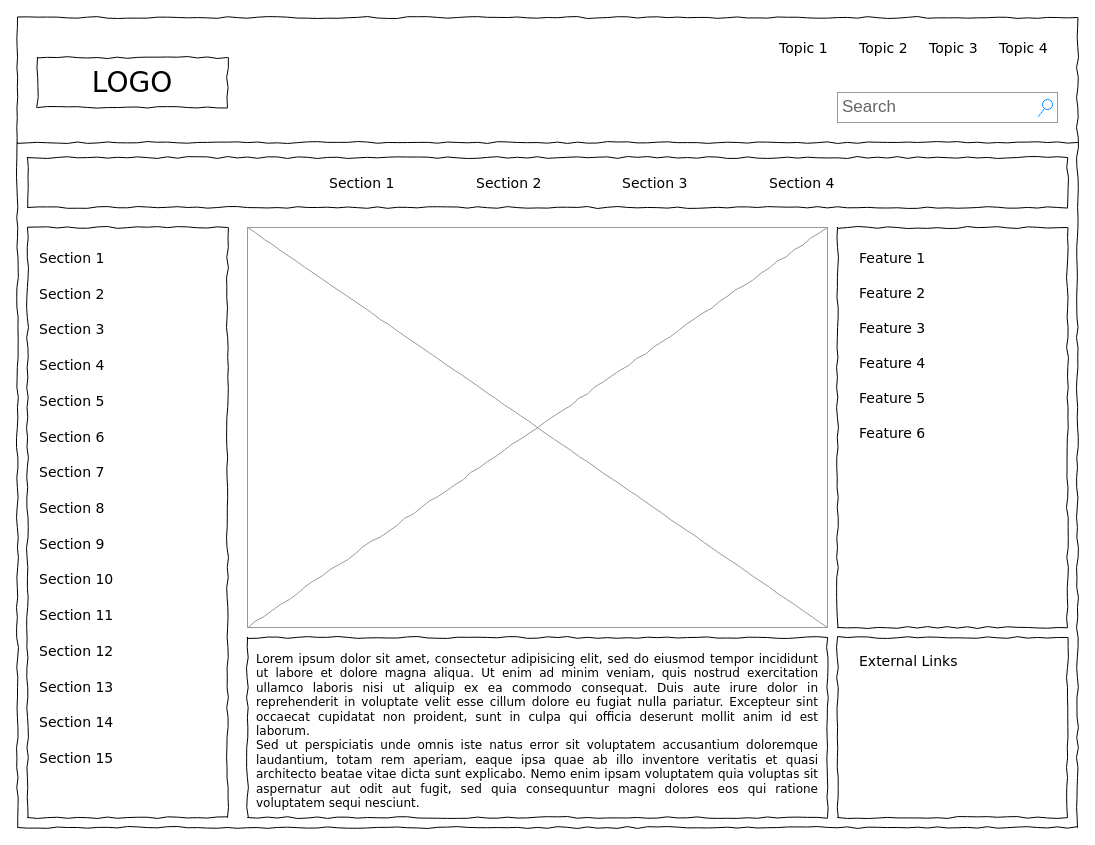
Above: Untitled Diagram.drawio in john88kramer/tester (draw.io), before the change. Source tidied: cells renumbered, new cells numbered last; positions are measured from the earlier drawing's top-left corner, leaving out a move shared by most shapes. Both pictures are drawn from the tidied source at 100%, with x=0, y=0 at pixel (17, 17).
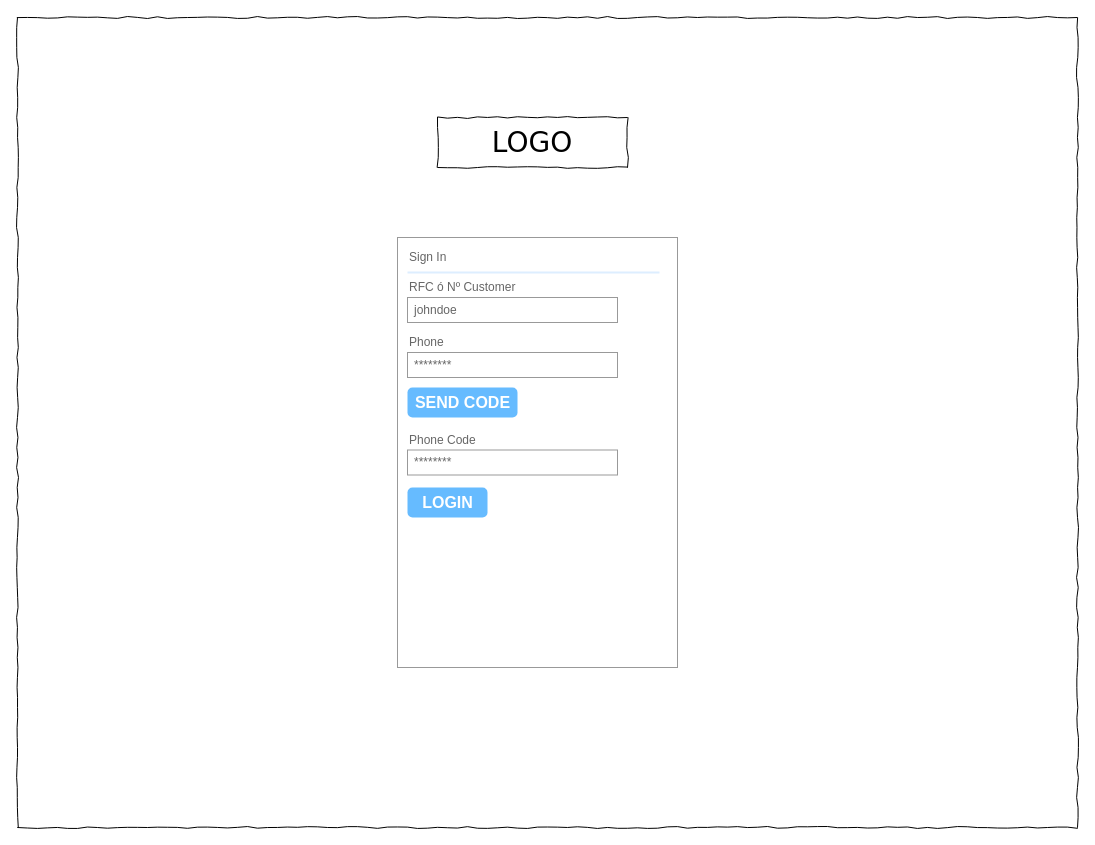
Above is the later version.

What changed in the source:
```diff
@@
     <mxCell id="3" value="LOGO" style="whiteSpace=wrap;html=1;rounded=0;shadow=0;labelBackgroundColor=none;strokeWidth=1;fontFamily=Verdana;fontSize=28;align=center;comic=1;" parent="1" vertex="1">
-      <mxGeometry x="20" y="40" width="190" height="50" as="geometry" />
+      <mxGeometry x="420" y="100" width="190" height="50" as="geometry" />
     </mxCell>
-    <mxCell id="4" value="Search" style="strokeWidth=1;shadow=0;dashed=0;align=center;html=1;shape=mxgraph.mockup.forms.searchBox;strokeColor=#999999;mainText=;strokeColor2=#008cff;fontColor=#666666;fontSize=17;align=left;spacingLeft=3;rounded=0;labelBackgroundColor=none;comic=1;" parent="1" vertex="1">
-      <mxGeometry x="820" y="75" width="220" height="30" as="geometry" />
-    </mxCell>
-    <mxCell id="5" value="Topic 1" style="text;html=1;align=left;verticalAlign=top;spacingTop=-4;fontSize=14;fontFamily=Verdana;" parent="1" vertex="1">
-      <mxGeometry x="760" y="20" width="60" height="20" as="geometry" />
-    </mxCell>
-    <mxCell id="6" value="Topic 2" style="text;html=1;align=left;verticalAlign=top;spacingTop=-4;fontSize=14;fontFamily=Verdana;" parent="1" vertex="1">
-      <mxGeometry x="840" y="20" width="60" height="20" as="geometry" />
-    </mxCell>
-    <mxCell id="7" value="Topic 3" style="text;html=1;align=left;verticalAlign=top;spacingTop=-4;fontSize=14;fontFamily=Verdana;" parent="1" vertex="1">
-      <mxGeometry x="910" y="20" width="60" height="20" as="geometry" />
-    </mxCell>
-    <mxCell id="8" value="Topic 4" style="text;html=1;align=left;verticalAlign=top;spacingTop=-4;fontSize=14;fontFamily=Verdana;" parent="1" vertex="1">
-      <mxGeometry x="980" y="20" width="60" height="20" as="geometry" />
-    </mxCell>
-    <mxCell id="9" style="whiteSpace=wrap;html=1;rounded=0;shadow=0;labelBackgroundColor=none;strokeWidth=1;fillColor=none;fontFamily=Verdana;fontSize=12;align=center;comic=1;" parent="1" vertex="1">
-      <mxGeometry x="10" y="210" width="200" height="590" as="geometry" />
-    </mxCell>
-    <mxCell id="10" style="line;strokeWidth=1;html=1;rounded=0;shadow=0;labelBackgroundColor=none;fillColor=none;fontFamily=Verdana;fontSize=14;fontColor=#000000;align=center;comic=1;" parent="1" vertex="1">
-      <mxGeometry y="120" width="1060" height="10" as="geometry" />
-    </mxCell>
-    <mxCell id="11" style="whiteSpace=wrap;html=1;rounded=0;shadow=0;labelBackgroundColor=none;strokeWidth=1;fillColor=none;fontFamily=Verdana;fontSize=12;align=center;comic=1;" parent="1" vertex="1">
-      <mxGeometry x="10" y="140" width="1040" height="50" as="geometry" />
-    </mxCell>
-    <mxCell id="12" value="Section 1" style="text;html=1;align=left;verticalAlign=top;spacingTop=-4;fontSize=14;fontFamily=Verdana;" parent="1" vertex="1">
-      <mxGeometry x="310" y="155" width="60" height="20" as="geometry" />
-    </mxCell>
-    <mxCell id="13" value="Section 2" style="text;html=1;align=left;verticalAlign=top;spacingTop=-4;fontSize=14;fontFamily=Verdana;" parent="1" vertex="1">
-      <mxGeometry x="457" y="155" width="60" height="20" as="geometry" />
-    </mxCell>
-    <mxCell id="14" value="Section 3" style="text;html=1;align=left;verticalAlign=top;spacingTop=-4;fontSize=14;fontFamily=Verdana;" parent="1" vertex="1">
-      <mxGeometry x="603" y="155" width="60" height="20" as="geometry" />
-    </mxCell>
-    <mxCell id="15" value="Section 4" style="text;html=1;align=left;verticalAlign=top;spacingTop=-4;fontSize=14;fontFamily=Verdana;" parent="1" vertex="1">
-      <mxGeometry x="750" y="155" width="60" height="20" as="geometry" />
-    </mxCell>
-    <mxCell id="16" value="&lt;div style=&quot;text-align: justify&quot;&gt;&lt;span&gt;Lorem ipsum dolor sit amet, consectetur adipisicing elit, sed do eiusmod tempor incididunt ut labore et dolore magna aliqua. Ut enim ad minim veniam, quis nostrud exercitation ullamco laboris nisi ut aliquip ex ea commodo consequat. Duis aute irure dolor in reprehenderit in voluptate velit esse cillum dolore eu fugiat nulla pariatur. Excepteur sint occaecat cupidatat non proident, sunt in culpa qui officia deserunt mollit anim id est laborum.&lt;/span&gt;&lt;/div&gt;&lt;div style=&quot;text-align: justify&quot;&gt;&lt;span&gt;Sed ut perspiciatis unde omnis iste natus error sit voluptatem accusantium doloremque laudantium, totam rem aperiam, eaque ipsa quae ab illo inventore veritatis et quasi architecto beatae vitae dicta sunt explicabo. Nemo enim ipsam voluptatem quia voluptas sit aspernatur aut odit aut fugit, sed quia consequuntur magni dolores eos qui ratione voluptatem sequi nesciunt.&amp;nbsp;&lt;/span&gt;&lt;/div&gt;" style="whiteSpace=wrap;html=1;rounded=0;shadow=0;labelBackgroundColor=none;strokeWidth=1;fillColor=none;fontFamily=Verdana;fontSize=12;align=center;verticalAlign=top;spacing=10;comic=1;" parent="1" vertex="1">
-      <mxGeometry x="230" y="620" width="580" height="180" as="geometry" />
-    </mxCell>
-    <mxCell id="17" style="verticalLabelPosition=bottom;shadow=0;dashed=0;align=center;html=1;verticalAlign=top;strokeWidth=1;shape=mxgraph.mockup.graphics.simpleIcon;strokeColor=#999999;rounded=0;labelBackgroundColor=none;fontFamily=Verdana;fontSize=14;fontColor=#000000;comic=1;" parent="1" vertex="1">
-      <mxGeometry x="230" y="210" width="580" height="400" as="geometry" />
-    </mxCell>
-    <mxCell id="18" style="whiteSpace=wrap;html=1;rounded=0;shadow=0;labelBackgroundColor=none;strokeWidth=1;fillColor=none;fontFamily=Verdana;fontSize=12;align=center;comic=1;" parent="1" vertex="1">
-      <mxGeometry x="820" y="210" width="230" height="400" as="geometry" />
-    </mxCell>
-    <mxCell id="19" style="whiteSpace=wrap;html=1;rounded=0;shadow=0;labelBackgroundColor=none;strokeWidth=1;fillColor=none;fontFamily=Verdana;fontSize=12;align=center;comic=1;" parent="1" vertex="1">
-      <mxGeometry x="820" y="620" width="230" height="180" as="geometry" />
-    </mxCell>
-    <mxCell id="20" value="Section 1" style="text;html=1;align=left;verticalAlign=top;spacingTop=-4;fontSize=14;fontFamily=Verdana;" parent="1" vertex="1">
+    <mxCell id="20" style="text;html=1;align=left;verticalAlign=top;spacingTop=-4;fontSize=14;fontFamily=Verdana;" parent="1" vertex="1">
       <mxGeometry x="20" y="230" width="170" height="20" as="geometry" />
     </mxCell>
-    <mxCell id="21" value="Section 2" style="text;html=1;align=left;verticalAlign=top;spacingTop=-4;fontSize=14;fontFamily=Verdana;" parent="1" vertex="1">
-      <mxGeometry x="20" y="266" width="170" height="20" as="geometry" />
-    </mxCell>
-    <mxCell id="22" value="Section 3" style="text;html=1;align=left;verticalAlign=top;spacingTop=-4;fontSize=14;fontFamily=Verdana;" parent="1" vertex="1">
-      <mxGeometry x="20" y="301" width="170" height="20" as="geometry" />
-    </mxCell>
-    <mxCell id="23" value="Section 4" style="text;html=1;align=left;verticalAlign=top;spacingTop=-4;fontSize=14;fontFamily=Verdana;" parent="1" vertex="1">
-      <mxGeometry x="20" y="337" width="170" height="20" as="geometry" />
-    </mxCell>
-    <mxCell id="24" value="Section 7" style="text;html=1;align=left;verticalAlign=top;spacingTop=-4;fontSize=14;fontFamily=Verdana;" parent="1" vertex="1">
-      <mxGeometry x="20" y="444" width="170" height="20" as="geometry" />
-    </mxCell>
-    <mxCell id="25" value="Section 8" style="text;html=1;align=left;verticalAlign=top;spacingTop=-4;fontSize=14;fontFamily=Verdana;" parent="1" vertex="1">
-      <mxGeometry x="20" y="480" width="170" height="20" as="geometry" />
-    </mxCell>
-    <mxCell id="26" value="Section 9" style="text;html=1;align=left;verticalAlign=top;spacingTop=-4;fontSize=14;fontFamily=Verdana;" parent="1" vertex="1">
-      <mxGeometry x="20" y="516" width="170" height="20" as="geometry" />
-    </mxCell>
-    <mxCell id="27" value="Section 10" style="text;html=1;align=left;verticalAlign=top;spacingTop=-4;fontSize=14;fontFamily=Verdana;" parent="1" vertex="1">
-      <mxGeometry x="20" y="551" width="170" height="20" as="geometry" />
-    </mxCell>
-    <mxCell id="28" value="Section 11" style="text;html=1;align=left;verticalAlign=top;spacingTop=-4;fontSize=14;fontFamily=Verdana;" parent="1" vertex="1">
+    <mxCell id="28" style="text;html=1;align=left;verticalAlign=top;spacingTop=-4;fontSize=14;fontFamily=Verdana;" parent="1" vertex="1">
       <mxGeometry x="20" y="587" width="170" height="20" as="geometry" />
     </mxCell>
-    <mxCell id="29" value="Section 12" style="text;html=1;align=left;verticalAlign=top;spacingTop=-4;fontSize=14;fontFamily=Verdana;" parent="1" vertex="1">
+    <mxCell id="29" style="text;html=1;align=left;verticalAlign=top;spacingTop=-4;fontSize=14;fontFamily=Verdana;" parent="1" vertex="1">
       <mxGeometry x="20" y="623" width="170" height="20" as="geometry" />
     </mxCell>
-    <mxCell id="30" value="Section 13" style="text;html=1;align=left;verticalAlign=top;spacingTop=-4;fontSize=14;fontFamily=Verdana;" parent="1" vertex="1">
+    <mxCell id="30" style="text;html=1;align=left;verticalAlign=top;spacingTop=-4;fontSize=14;fontFamily=Verdana;" parent="1" vertex="1">
       <mxGeometry x="20" y="659" width="170" height="20" as="geometry" />
     </mxCell>
-    <mxCell id="31" value="Section 14" style="text;html=1;align=left;verticalAlign=top;spacingTop=-4;fontSize=14;fontFamily=Verdana;" parent="1" vertex="1">
+    <mxCell id="31" style="text;html=1;align=left;verticalAlign=top;spacingTop=-4;fontSize=14;fontFamily=Verdana;" parent="1" vertex="1">
       <mxGeometry x="20" y="694" width="170" height="20" as="geometry" />
     </mxCell>
-    <mxCell id="32" value="Section 5" style="text;html=1;align=left;verticalAlign=top;spacingTop=-4;fontSize=14;fontFamily=Verdana;" parent="1" vertex="1">
-      <mxGeometry x="20" y="373" width="170" height="20" as="geometry" />
-    </mxCell>
-    <mxCell id="33" value="Section 6" style="text;html=1;align=left;verticalAlign=top;spacingTop=-4;fontSize=14;fontFamily=Verdana;" parent="1" vertex="1">
-      <mxGeometry x="20" y="409" width="170" height="20" as="geometry" />
-    </mxCell>
-    <mxCell id="34" value="Section 15" style="text;html=1;align=left;verticalAlign=top;spacingTop=-4;fontSize=14;fontFamily=Verdana;" parent="1" vertex="1">
+    <mxCell id="34" style="text;html=1;align=left;verticalAlign=top;spacingTop=-4;fontSize=14;fontFamily=Verdana;" parent="1" vertex="1">
       <mxGeometry x="20" y="730" width="170" height="20" as="geometry" />
     </mxCell>
-    <mxCell id="35" value="External Links" style="text;html=1;align=left;verticalAlign=top;spacingTop=-4;fontSize=14;fontFamily=Verdana;" parent="1" vertex="1">
-      <mxGeometry x="840" y="633" width="170" height="20" as="geometry" />
-    </mxCell>
-    <mxCell id="36" value="Feature 1" style="text;html=1;align=left;verticalAlign=top;spacingTop=-4;fontSize=14;fontFamily=Verdana;" parent="1" vertex="1">
-      <mxGeometry x="840" y="230" width="170" height="20" as="geometry" />
-    </mxCell>
-    <mxCell id="37" value="Feature 2" style="text;html=1;align=left;verticalAlign=top;spacingTop=-4;fontSize=14;fontFamily=Verdana;" parent="1" vertex="1">
-      <mxGeometry x="840" y="265" width="170" height="20" as="geometry" />
-    </mxCell>
-    <mxCell id="38" value="Feature 3" style="text;html=1;align=left;verticalAlign=top;spacingTop=-4;fontSize=14;fontFamily=Verdana;" parent="1" vertex="1">
-      <mxGeometry x="840" y="300" width="170" height="20" as="geometry" />
-    </mxCell>
-    <mxCell id="39" value="Feature 4" style="text;html=1;align=left;verticalAlign=top;spacingTop=-4;fontSize=14;fontFamily=Verdana;" parent="1" vertex="1">
-      <mxGeometry x="840" y="335" width="170" height="20" as="geometry" />
-    </mxCell>
-    <mxCell id="40" value="Feature 5" style="text;html=1;align=left;verticalAlign=top;spacingTop=-4;fontSize=14;fontFamily=Verdana;" parent="1" vertex="1">
-      <mxGeometry x="840" y="370" width="170" height="20" as="geometry" />
-    </mxCell>
-    <mxCell id="41" value="Feature 6" style="text;html=1;align=left;verticalAlign=top;spacingTop=-4;fontSize=14;fontFamily=Verdana;" parent="1" vertex="1">
-      <mxGeometry x="840" y="405" width="170" height="20" as="geometry" />
-    </mxCell>
+    <mxCell id="42" style="strokeWidth=1;shadow=0;dashed=0;align=center;html=1;shape=mxgraph.mockup.forms.rrect;rSize=0;strokeColor=#999999;fillColor=#ffffff;" parent="1" vertex="1">
+      <mxGeometry x="380" y="220" width="280" height="430" as="geometry" />
+    </mxCell>
+    <mxCell id="43" value="Sign In" style="strokeWidth=1;shadow=0;dashed=0;align=center;html=1;shape=mxgraph.mockup.forms.anchor;fontSize=12;fontColor=#666666;align=left;spacingLeft=0;" parent="42" vertex="1">
+      <mxGeometry width="140" height="20" relative="1" as="geometry">
+        <mxPoint x="10" y="10" as="offset" />
+      </mxGeometry>
+    </mxCell>
+    <mxCell id="44" style="shape=line;strokeColor=#ddeeff;strokeWidth=2;html=1;" parent="42" vertex="1">
+      <mxGeometry width="252" height="10" relative="1" as="geometry">
+        <mxPoint x="10" y="30" as="offset" />
+      </mxGeometry>
+    </mxCell>
+    <mxCell id="45" value="RFC ó Nº Customer" style="strokeWidth=1;shadow=0;dashed=0;align=center;html=1;shape=mxgraph.mockup.forms.anchor;fontSize=12;fontColor=#666666;align=left;spacingLeft=0;" parent="42" vertex="1">
+      <mxGeometry width="140" height="20" relative="1" as="geometry">
+        <mxPoint x="10" y="40" as="offset" />
+      </mxGeometry>
+    </mxCell>
+    <mxCell id="46" value="johndoe" style="strokeWidth=1;shadow=0;dashed=0;align=center;html=1;shape=mxgraph.mockup.forms.rrect;rSize=0;strokeColor=#999999;fontColor=#666666;align=left;spacingLeft=5;" parent="42" vertex="1">
+      <mxGeometry width="210" height="25" relative="1" as="geometry">
+        <mxPoint x="10" y="60" as="offset" />
+      </mxGeometry>
+    </mxCell>
+    <mxCell id="47" value="Phone" style="strokeWidth=1;shadow=0;dashed=0;align=center;html=1;shape=mxgraph.mockup.forms.anchor;fontSize=12;fontColor=#666666;align=left;spacingLeft=0;" parent="42" vertex="1">
+      <mxGeometry width="140" height="20" relative="1" as="geometry">
+        <mxPoint x="10" y="95" as="offset" />
+      </mxGeometry>
+    </mxCell>
+    <mxCell id="48" value="********" style="strokeWidth=1;shadow=0;dashed=0;align=center;html=1;shape=mxgraph.mockup.forms.rrect;rSize=0;strokeColor=#999999;fontColor=#666666;align=left;spacingLeft=5;" parent="42" vertex="1">
+      <mxGeometry width="210" height="25" relative="1" as="geometry">
+        <mxPoint x="10" y="115" as="offset" />
+      </mxGeometry>
+    </mxCell>
+    <mxCell id="49" value="SEND CODE" style="strokeWidth=1;shadow=0;dashed=0;align=center;html=1;shape=mxgraph.mockup.forms.rrect;rSize=5;strokeColor=none;fontColor=#ffffff;fillColor=#66bbff;fontSize=16;fontStyle=1;" parent="42" vertex="1">
+      <mxGeometry y="1" width="110" height="30" relative="1" as="geometry">
+        <mxPoint x="10" y="-280" as="offset" />
+      </mxGeometry>
+    </mxCell>
+    <mxCell id="50" value="Phone Code" style="strokeWidth=1;shadow=0;dashed=0;align=center;html=1;shape=mxgraph.mockup.forms.anchor;fontSize=12;fontColor=#666666;align=left;spacingLeft=0;" parent="42" vertex="1">
+      <mxGeometry x="10" y="192.5" width="140" height="20" as="geometry" />
+    </mxCell>
+    <mxCell id="51" value="********" style="strokeWidth=1;shadow=0;dashed=0;align=center;html=1;shape=mxgraph.mockup.forms.rrect;rSize=0;strokeColor=#999999;fontColor=#666666;align=left;spacingLeft=5;" parent="42" vertex="1">
+      <mxGeometry x="10" y="212.5" width="210" height="25" as="geometry" />
+    </mxCell>
+    <mxCell id="52" value="LOGIN" style="strokeWidth=1;shadow=0;dashed=0;align=center;html=1;shape=mxgraph.mockup.forms.rrect;rSize=5;strokeColor=none;fontColor=#ffffff;fillColor=#66bbff;fontSize=16;fontStyle=1;" parent="42" vertex="1">
+      <mxGeometry x="10" y="250" width="80" height="30" as="geometry" />
+    </mxCell>
```
